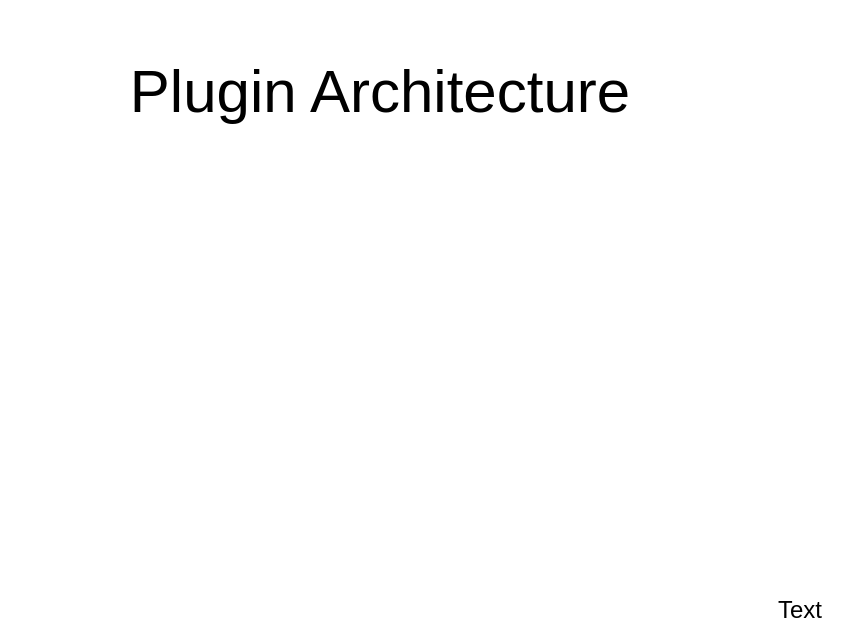
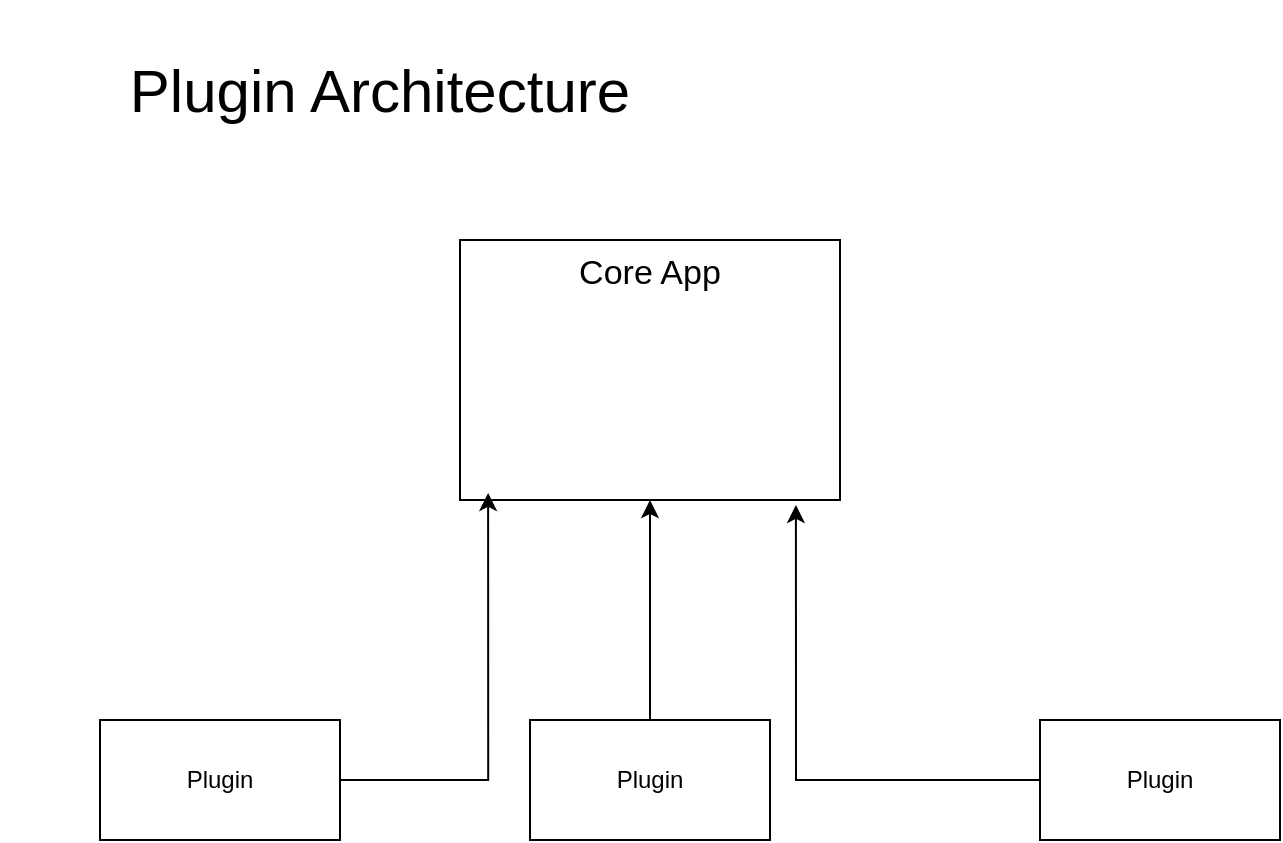
<mxfile host="app.diagrams.net">
  <diagram name="Page-1" id="Fz09gCfaae2wiT3iGB2v">
    <mxGraphModel dx="964" dy="591" grid="1" gridSize="10" guides="1" tooltips="1" connect="1" arrows="1" fold="1" page="1" pageScale="1" pageWidth="827" pageHeight="1169" math="0" shadow="0">
      <root>
        <mxCell id="0" />
        <mxCell id="1" parent="0" />
-         <mxCell id="2ry6J4jStiIDyA99jYw6-1" parent="1" style="text;html=1;whiteSpace=wrap;strokeColor=none;fillColor=none;align=center;verticalAlign=middle;rounded=0;" value="Text" vertex="1">
-           <mxGeometry height="30" width="60" x="380" y="290" as="geometry" />
-         </mxCell>
        <mxCell id="2ry6J4jStiIDyA99jYw6-2" parent="1" style="text;html=1;whiteSpace=wrap;strokeColor=none;fillColor=none;align=center;verticalAlign=middle;rounded=0;fontSize=30;" value="Plugin Architecture" vertex="1">
          <mxGeometry height="90" width="380" x="10" as="geometry" />
+         </mxCell>
+         <mxCell id="4yJNnCFY3kRO1OacFKxV-1" parent="1" style="rounded=0;whiteSpace=wrap;html=1;align=center;verticalAlign=top;fontSize=17;" value="Core App" vertex="1">
+           <mxGeometry height="130" width="190" x="240" y="120" as="geometry" />
+         </mxCell>
+         <mxCell id="4yJNnCFY3kRO1OacFKxV-2" parent="1" style="rounded=0;whiteSpace=wrap;html=1;" value="Plugin" vertex="1">
+           <mxGeometry height="60" width="120" x="60" y="360" as="geometry" />
+         </mxCell>
+         <mxCell id="4yJNnCFY3kRO1OacFKxV-6" edge="1" parent="1" source="4yJNnCFY3kRO1OacFKxV-3" style="edgeStyle=orthogonalEdgeStyle;rounded=0;orthogonalLoop=1;jettySize=auto;html=1;entryX=0.5;entryY=1;entryDx=0;entryDy=0;" target="4yJNnCFY3kRO1OacFKxV-1">
+           <mxGeometry relative="1" as="geometry" />
+         </mxCell>
+         <mxCell id="4yJNnCFY3kRO1OacFKxV-3" parent="1" style="rounded=0;whiteSpace=wrap;html=1;" value="Plugin" vertex="1">
+           <mxGeometry height="60" width="120" x="275" y="360" as="geometry" />
+         </mxCell>
+         <mxCell id="4yJNnCFY3kRO1OacFKxV-4" parent="1" style="rounded=0;whiteSpace=wrap;html=1;" value="Plugin" vertex="1">
+           <mxGeometry height="60" width="120" x="530" y="360" as="geometry" />
+         </mxCell>
+         <mxCell id="4yJNnCFY3kRO1OacFKxV-5" edge="1" parent="1" source="4yJNnCFY3kRO1OacFKxV-2" style="edgeStyle=orthogonalEdgeStyle;rounded=0;orthogonalLoop=1;jettySize=auto;html=1;entryX=0.074;entryY=0.973;entryDx=0;entryDy=0;entryPerimeter=0;" target="4yJNnCFY3kRO1OacFKxV-1">
+           <mxGeometry relative="1" as="geometry" />
+         </mxCell>
+         <mxCell id="4yJNnCFY3kRO1OacFKxV-7" edge="1" parent="1" source="4yJNnCFY3kRO1OacFKxV-4" style="edgeStyle=orthogonalEdgeStyle;rounded=0;orthogonalLoop=1;jettySize=auto;html=1;entryX=0.884;entryY=1.019;entryDx=0;entryDy=0;entryPerimeter=0;" target="4yJNnCFY3kRO1OacFKxV-1">
+           <mxGeometry relative="1" as="geometry" />
        </mxCell>
      </root>
    </mxGraphModel>
  </diagram>
</mxfile>
